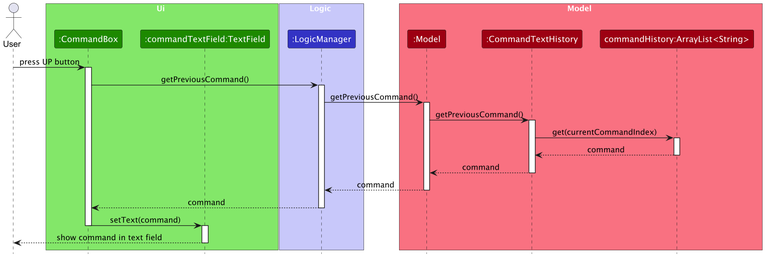
Earlier version of the PlantUML export docs/images/CommandTextHistorySequenceDiagram.png (nus-cs2103-AY2425S1/tp). The source it was exported from:
```plantuml
@startuml

!include style.puml
skinparam ArrowFontStyle plain
skinparam dpi 300
actor User as user

box Ui UI_COLOR_T1
participant ":CommandBox" as CommandBox UI_COLOR
participant ":commandTextField:TextField" as commandTextField UI_COLOR
end box

box Logic LOGIC_COLOR_T1
participant ":LogicManager" as LogicManager LOGIC_COLOR
end box

box Model MODEL_COLOR_T1
participant ":Model" as Model MODEL_COLOR
participant ":CommandTextHistory" as CommandTextHistory MODEL_COLOR
participant "commandHistory:ArrayList<String>" as commandHistory MODEL_COLOR
end box

user -> CommandBox : press UP button
activate CommandBox
CommandBox -> LogicManager : getPreviousCommand()
activate LogicManager
LogicManager -> Model : getPreviousCommand()
activate Model
Model -> CommandTextHistory : getPreviousCommand()
activate CommandTextHistory
CommandTextHistory -> commandHistory : get(currentCommandIndex)
activate commandHistory
commandHistory --> CommandTextHistory : command
deactivate commandHistory
CommandTextHistory --> Model : command
deactivate CommandTextHistory
Model --> LogicManager : command
deactivate Model
LogicManager --> CommandBox : command
deactivate LogicManager
CommandBox -> commandTextField : setText(command)
deactivate CommandBox
activate commandTextField
commandTextField --> user : show command in text field
deactivate commandTextField

@enduml
```
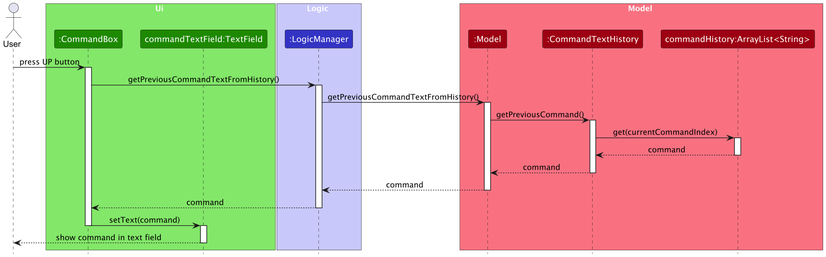
After the commit.

Commit message:
Fix error on method name of LogicManager and Model

What changed in the source:
```diff
@@ -7,7 +7,7 @@
 
 box Ui UI_COLOR_T1
 participant ":CommandBox" as CommandBox UI_COLOR
-participant ":commandTextField:TextField" as commandTextField UI_COLOR
+participant "commandTextField:TextField" as commandTextField UI_COLOR
 end box
 
 box Logic LOGIC_COLOR_T1
@@ -22,9 +22,9 @@
 
 user -> CommandBox : press UP button
 activate CommandBox
-CommandBox -> LogicManager : getPreviousCommand()
+CommandBox -> LogicManager : getPreviousCommandTextFromHistory()
 activate LogicManager
-LogicManager -> Model : getPreviousCommand()
+LogicManager -> Model : getPreviousCommandTextFromHistory()
 activate Model
 Model -> CommandTextHistory : getPreviousCommand()
 activate CommandTextHistory
```
